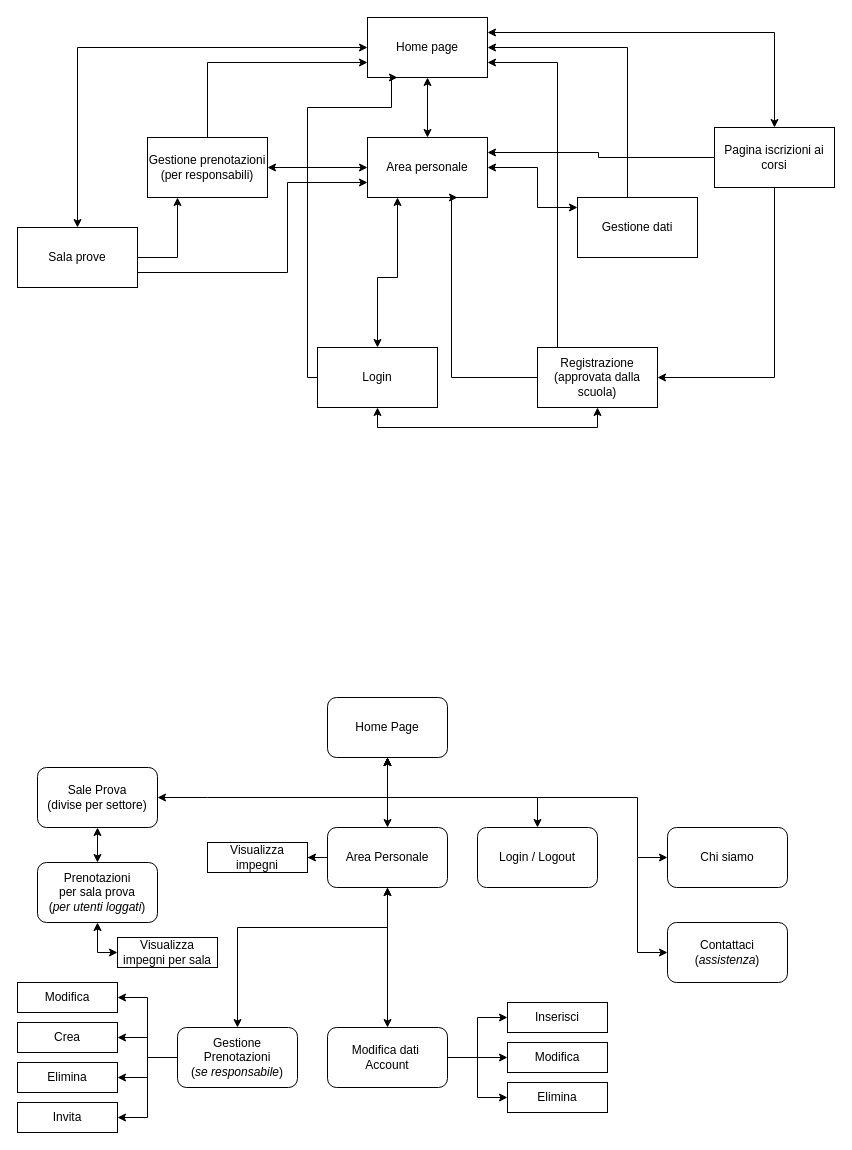
Before: Albero_funzionalità.drawio in pirvllv/PWeb-Project_25-26_Ancri-Piralla-Suanno, a draw.io diagram. Source tidied: cells renumbered, new cells numbered last; positions are measured from the earlier drawing's top-left corner, leaving out a move shared by most shapes. Both pictures are drawn from the tidied source at 100%, with x=0, y=0 at pixel (17, 17).
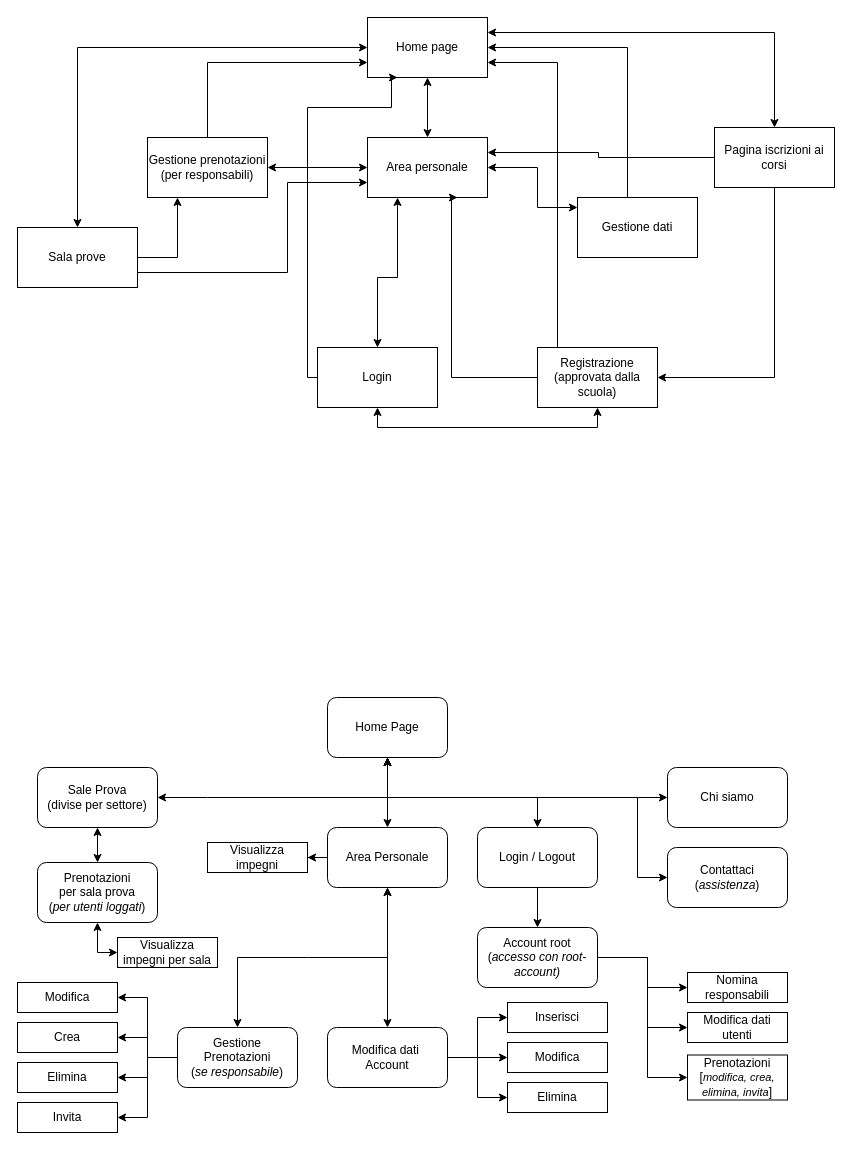
Above is the later version.

The change refers to these unchanged cells:
```xml
<mxCell id="35" value="Gestione Prenotazioni&lt;div&gt;(&lt;i&gt;se responsabile&lt;/i&gt;)&lt;/div&gt;" style="rounded=1;whiteSpace=wrap;html=1;" parent="1" vertex="1">
  <mxGeometry x="160" y="1010" width="120" height="60" as="geometry" />
</mxCell>
<mxCell id="37" value="Area Personale" style="rounded=1;whiteSpace=wrap;html=1;" parent="1" vertex="1">
  <mxGeometry x="310" y="810" width="120" height="60" as="geometry" />
</mxCell>
<mxCell id="39" value="Login / Logout" style="rounded=1;whiteSpace=wrap;html=1;" parent="1" vertex="1">
  <mxGeometry x="460" y="810" width="120" height="60" as="geometry" />
</mxCell>
```

Change to the diagram source:
```diff
@@
     <mxCell id="38" value="Chi siamo" style="rounded=1;whiteSpace=wrap;html=1;" parent="1" vertex="1">
-      <mxGeometry x="650" y="810" width="120" height="60" as="geometry" />
+      <mxGeometry x="650" y="750" width="120" height="60" as="geometry" />
     </mxCell>
@@
     <mxCell id="43" style="endArrow=classic;startArrow=classic;html=1;rounded=0;entryX=0;entryY=0.5;entryDx=0;entryDy=0;" parent="1" edge="1" target="38">
       <mxGeometry relative="1" as="geometry">
         <mxPoint x="370" y="740" as="sourcePoint" />
         <Array as="points">
           <mxPoint x="370" y="780" />
           <mxPoint x="620" y="780" />
-          <mxPoint x="620" y="840" />
         </Array>
       </mxGeometry>
     </mxCell>
@@
     <mxCell id="46" style="endArrow=classic;startArrow=classic;html=1;rounded=0;entryX=0.5;entryY=1;entryDx=0;entryDy=0;exitX=0.5;exitY=0;exitDx=0;exitDy=0;" parent="1" edge="1" source="35" target="37">
       <mxGeometry relative="1" as="geometry">
         <Array as="points">
-          <mxPoint x="220" y="910" />
-          <mxPoint x="370" y="910" />
+          <mxPoint x="220" y="940" />
+          <mxPoint x="290" y="940" />
+          <mxPoint x="370" y="940" />
         </Array>
       </mxGeometry>
     </mxCell>
@@
     <mxCell id="55" value="Contattaci&lt;div&gt;(&lt;i&gt;assistenza&lt;/i&gt;)&lt;/div&gt;" style="rounded=1;whiteSpace=wrap;html=1;" parent="1" vertex="1">
-      <mxGeometry x="650" y="905" width="120" height="60" as="geometry" />
+      <mxGeometry x="650" y="830" width="120" height="60" as="geometry" />
     </mxCell>
     <mxCell id="56" style="endArrow=classic;html=1;rounded=0;entryX=0;entryY=0.5;entryDx=0;entryDy=0;" parent="1" edge="1" target="55">
       <mxGeometry relative="1" as="geometry">
-        <mxPoint x="620" y="840" as="sourcePoint" />
+        <mxPoint x="620" y="780" as="sourcePoint" />
         <Array as="points">
-          <mxPoint x="620" y="935" />
+          <mxPoint x="620" y="860" />
         </Array>
       </mxGeometry>
     </mxCell>
@@
+    <mxCell id="61" value="Account root&lt;div&gt;(&lt;i&gt;accesso con root-account)&lt;/i&gt;&lt;/div&gt;" style="rounded=1;whiteSpace=wrap;html=1;" parent="1" vertex="1">
+      <mxGeometry x="460" y="910" width="120" height="60" as="geometry" />
+    </mxCell>
+    <mxCell id="62" style="edgeStyle=orthogonalEdgeStyle;rounded=0;jettySize=auto;html=1;entryX=0;entryY=0.5;entryDx=0;entryDy=0;exitX=1;exitY=0.5;exitDx=0;exitDy=0;" parent="1" edge="1" source="61" target="65">
+      <mxGeometry relative="1" as="geometry">
+        <Array as="points">
+          <mxPoint x="630" y="940" />
+          <mxPoint x="630" y="970" />
+        </Array>
+      </mxGeometry>
+    </mxCell>
+    <mxCell id="63" style="edgeStyle=orthogonalEdgeStyle;rounded=0;jettySize=auto;html=1;exitX=1;exitY=0.5;exitDx=0;exitDy=0;entryX=0;entryY=0.5;entryDx=0;entryDy=0;" parent="1" edge="1" source="61" target="64">
+      <mxGeometry relative="1" as="geometry">
+        <Array as="points">
+          <mxPoint x="630" y="940" />
+          <mxPoint x="630" y="1010" />
+        </Array>
+      </mxGeometry>
+    </mxCell>
+    <mxCell id="64" value="Modifica dati utenti" style="rounded=0;whiteSpace=wrap;html=1;" parent="1" vertex="1">
+      <mxGeometry x="670" y="995" width="100" height="30" as="geometry" />
+    </mxCell>
+    <mxCell id="65" value="Nomina responsabili" style="rounded=0;whiteSpace=wrap;html=1;" parent="1" vertex="1">
+      <mxGeometry x="670" y="955" width="100" height="30" as="geometry" />
+    </mxCell>
+    <mxCell id="66" value="Prenotazioni&lt;div&gt;[&lt;i&gt;&lt;font style=&quot;font-size: 11px;&quot;&gt;modifica, crea, elimina, invita&lt;/font&gt;&lt;/i&gt;]&lt;/div&gt;" style="rounded=0;whiteSpace=wrap;html=1;" parent="1" vertex="1">
+      <mxGeometry x="670" y="1037.5" width="100" height="45" as="geometry" />
+    </mxCell>
+    <mxCell id="67" style="endArrow=classic;html=1;rounded=0;exitX=0.5;exitY=1;exitDx=0;exitDy=0;entryX=0.5;entryY=0;entryDx=0;entryDy=0;" parent="1" edge="1" source="39" target="61">
+      <mxGeometry relative="1" as="geometry" />
+    </mxCell>
+    <mxCell id="68" style="endArrow=classic;html=1;rounded=0;entryX=0;entryY=0.5;entryDx=0;entryDy=0;exitX=1;exitY=0.5;exitDx=0;exitDy=0;" parent="1" edge="1" source="61" target="66">
+      <mxGeometry relative="1" as="geometry">
+        <Array as="points">
+          <mxPoint x="630" y="940" />
+          <mxPoint x="630" y="1060" />
+        </Array>
+      </mxGeometry>
+    </mxCell>
```
